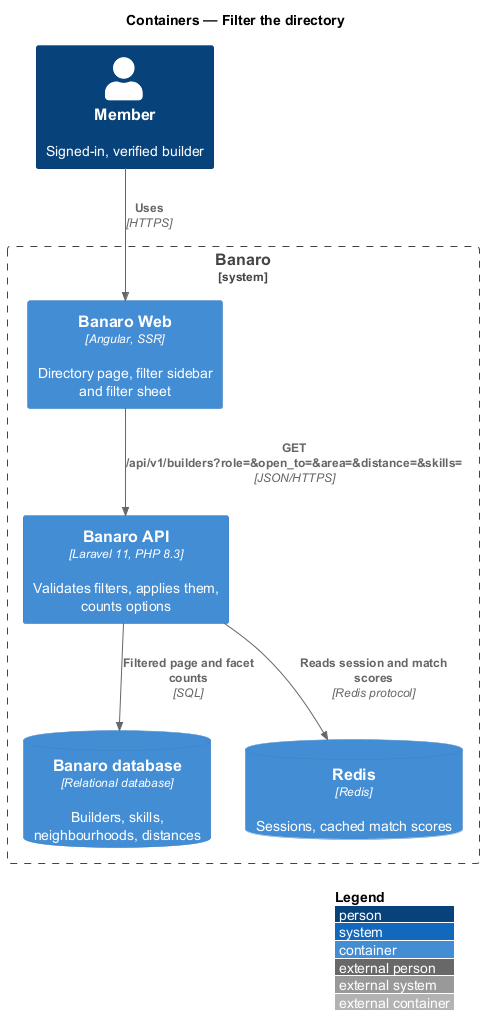
Above: docs/detailed-designs/directory/filter-directory/diagrams/c4-container.png in QuinntyneBrown/banaro (PlantUML), before the change. The source it was exported from:
```plantuml
@startuml
!include <C4/C4_Container>
LAYOUT_WITH_LEGEND()
title Containers — Filter the directory

Person(member, "Member", "Signed-in, verified builder")

System_Boundary(banaro, "Banaro") {
  Container(web, "Banaro Web", "Angular, SSR", "Directory page, filter sidebar and filter sheet")
  Container(api, "Banaro API", "Laravel 11, PHP 8.3", "Validates filters, applies them, counts options")
  ContainerDb(db, "Banaro database", "Relational database", "Builders, skills, neighbourhoods, distances")
  ContainerDb(redis, "Redis", "Redis", "Sessions, cached match scores")
}

Rel(member, web, "Uses", "HTTPS")
Rel(web, api, "GET /api/v1/builders?role=&open_to=&area=&distance=&skills=", "JSON/HTTPS")
Rel(api, db, "Filtered page and facet counts", "SQL")
Rel(api, redis, "Reads session and match scores", "Redis protocol")
@enduml
```
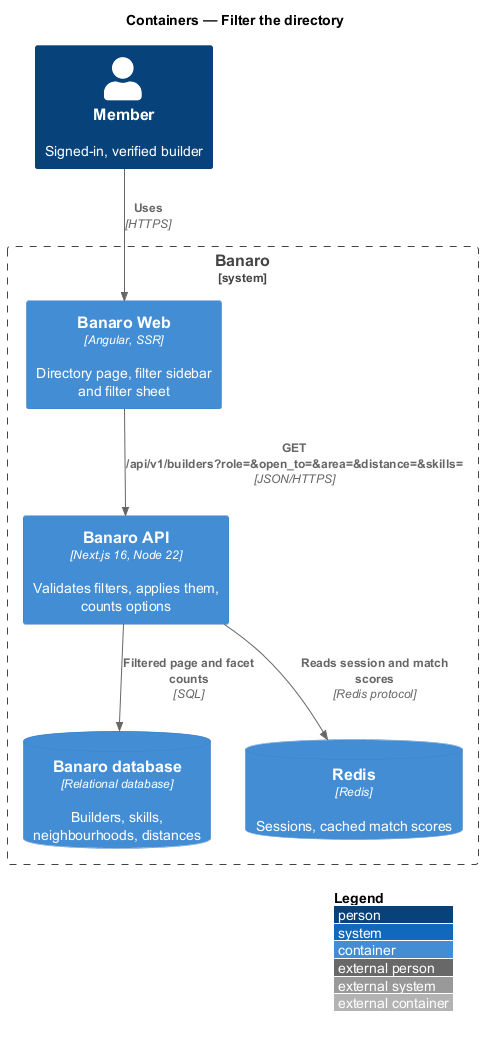
Later version of the same file.

Diff of the diagram source:
```diff
@@ -7,7 +7,7 @@
 
 System_Boundary(banaro, "Banaro") {
   Container(web, "Banaro Web", "Angular, SSR", "Directory page, filter sidebar and filter sheet")
-  Container(api, "Banaro API", "Laravel 11, PHP 8.3", "Validates filters, applies them, counts options")
+  Container(api, "Banaro API", "Next.js 16, Node 22", "Validates filters, applies them, counts options")
   ContainerDb(db, "Banaro database", "Relational database", "Builders, skills, neighbourhoods, distances")
   ContainerDb(redis, "Redis", "Redis", "Sessions, cached match scores")
 }
```
